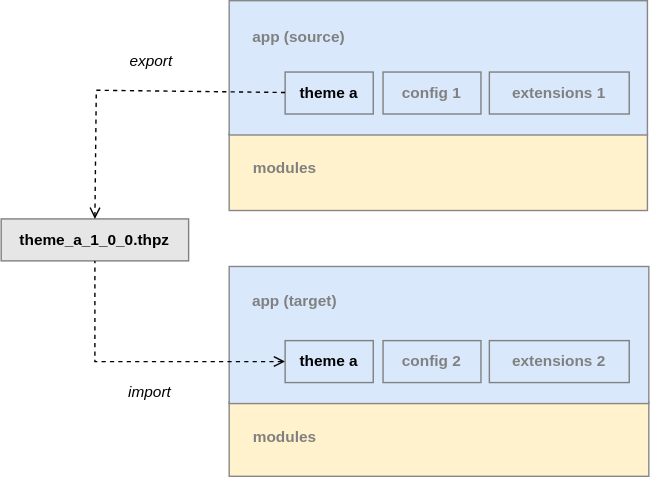
Above: docs/diagrams/pigal_theme_flows.drawio.svg in MalcomChumchouaPenda/Pigal-Flask (draw.io), before the change. Source tidied: cells renumbered, new cells last; positions are measured from the earlier drawing's top-left corner, leaving out a move shared by most shapes.
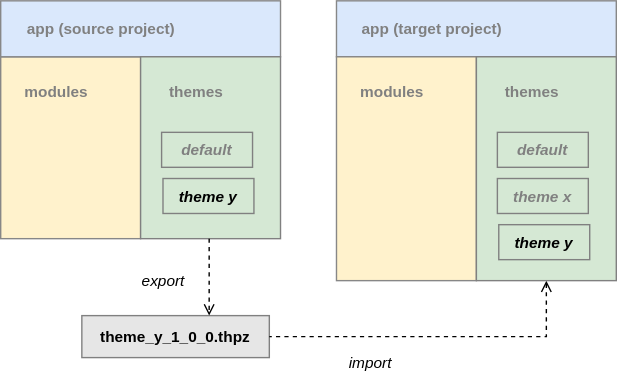
Above is the later version.

Diff of the diagram source:
```diff
@@ -3,69 +3,77 @@
     <mxCell id="0" />
     <mxCell id="1" parent="0" />
     <mxCell id="2" style="rounded=0;whiteSpace=wrap;html=1;fillColor=#FFF2CC;strokeColor=#878787;fontStyle=1;fontSize=11;fontColor=#808080;" parent="1" vertex="1">
-      <mxGeometry x="163" y="95" width="299" height="55" as="geometry" />
+      <mxGeometry x="493" y="130" width="100" height="130" as="geometry" />
     </mxCell>
     <mxCell id="3" value="import" style="text;html=1;strokeColor=none;fillColor=none;align=center;verticalAlign=middle;rounded=0;fontStyle=2;fontSize=11;" parent="1" vertex="1">
-      <mxGeometry x="82" y="265" width="48.8" height="30" as="geometry" />
+      <mxGeometry x="733" y="334" width="48.8" height="30" as="geometry" />
     </mxCell>
     <mxCell id="4" style="rounded=0;whiteSpace=wrap;html=1;fillColor=#dae8fc;fontStyle=1;fontSize=11;strokeColor=#878787;" parent="1" vertex="1">
-      <mxGeometry x="163" width="299" height="96" as="geometry" />
+      <mxGeometry x="493" y="90" width="200" height="40" as="geometry" />
     </mxCell>
-    <mxCell id="5" value="theme a" style="text;html=1;align=center;verticalAlign=middle;whiteSpace=wrap;rounded=0;fontSize=11;fontStyle=1;fillColor=none;strokeColor=#808080;" parent="1" vertex="1">
-      <mxGeometry x="203" y="51" width="63" height="30" as="geometry" />
-    </mxCell>
-    <mxCell id="6" value="theme_a_1_0_0.thpz" style="text;html=1;align=center;verticalAlign=middle;whiteSpace=wrap;rounded=0;fontSize=11;fontStyle=1;fillColor=#E6E6E6;strokeColor=#808080;" parent="1" vertex="1">
-      <mxGeometry y="156" width="134" height="30" as="geometry" />
+    <mxCell id="6" value="theme_y_1_0_0.thpz" style="text;html=1;align=center;verticalAlign=middle;whiteSpace=wrap;rounded=0;fontSize=11;fontStyle=1;fillColor=#E6E6E6;strokeColor=#808080;" parent="1" vertex="1">
+      <mxGeometry x="551" y="315" width="134" height="30" as="geometry" />
     </mxCell>
     <mxCell id="7" value="export" style="text;html=1;strokeColor=none;fillColor=none;align=center;verticalAlign=middle;rounded=0;fontStyle=2;fontSize=11;" parent="1" vertex="1">
-      <mxGeometry x="83" y="28" width="47.8" height="30" as="geometry" />
+      <mxGeometry x="585.2" y="275" width="47.8" height="30" as="geometry" />
     </mxCell>
+    <mxCell id="12" style="html=1;entryX=1;entryY=0.5;entryDx=0;entryDy=0;rounded=0;dashed=1;endArrow=none;endFill=0;startArrow=open;startFill=0;exitX=0.5;exitY=1;exitDx=0;exitDy=0;" parent="1" edge="1" source="26" target="6">
+      <mxGeometry relative="1" as="geometry">
+        <Array as="points">
+          <mxPoint x="883" y="330" />
+        </Array>
+      </mxGeometry>
+    </mxCell>
+    <mxCell id="17" value="modules" style="text;html=1;align=center;verticalAlign=middle;whiteSpace=wrap;rounded=0;fontSize=11;fontStyle=1;fillColor=none;strokeColor=none;fontColor=#808080;" parent="1" vertex="1">
+      <mxGeometry x="503" y="139.5" width="60" height="30" as="geometry" />
+    </mxCell>
+    <mxCell id="19" value="app (source project)" style="text;html=1;align=center;verticalAlign=middle;whiteSpace=wrap;rounded=0;fontSize=11;fontStyle=1;fillColor=none;strokeColor=none;fontColor=#808080;" parent="1" vertex="1">
+      <mxGeometry x="508" y="95" width="114" height="30" as="geometry" />
+    </mxCell>
+    <mxCell id="21" style="rounded=0;whiteSpace=wrap;html=1;fillColor=#dae8fc;fontStyle=1;fontSize=11;strokeColor=#878787;" parent="1" vertex="1">
+      <mxGeometry x="733" y="90" width="200" height="40" as="geometry" />
+    </mxCell>
+    <mxCell id="22" value="app (target project)" style="text;html=1;align=center;verticalAlign=middle;whiteSpace=wrap;rounded=0;fontSize=11;fontStyle=1;fillColor=none;strokeColor=none;fontColor=#808080;" parent="1" vertex="1">
+      <mxGeometry x="742" y="95" width="119" height="30" as="geometry" />
+    </mxCell>
+    <mxCell id="23" style="rounded=0;whiteSpace=wrap;html=1;fillColor=#d5e8d4;strokeColor=#808080;fontStyle=1;fontSize=11;" parent="1" vertex="1">
+      <mxGeometry x="593" y="130" width="100" height="130" as="geometry" />
+    </mxCell>
+    <mxCell id="24" value="themes" style="text;html=1;align=center;verticalAlign=middle;whiteSpace=wrap;rounded=0;fontSize=11;fontStyle=1;fillColor=none;strokeColor=none;fontColor=#808080;" parent="1" vertex="1">
+      <mxGeometry x="603" y="139.5" width="60" height="30" as="geometry" />
+    </mxCell>
-    <mxCell id="8" value="config 1" style="text;html=1;align=center;verticalAlign=middle;whiteSpace=wrap;rounded=0;fontSize=11;fontStyle=1;fillColor=none;strokeColor=#808080;fontColor=#808080;" parent="1" vertex="1">
-      <mxGeometry x="273" y="51" width="70" height="30" as="geometry" />
+    <mxCell id="8" value="default" style="text;html=1;align=center;verticalAlign=middle;whiteSpace=wrap;rounded=0;fontSize=11;fontStyle=3;fillColor=none;strokeColor=#808080;fontColor=#808080;" parent="1" vertex="1">
+      <mxGeometry x="608" y="184" width="65" height="25" as="geometry" />
     </mxCell>
-    <mxCell id="9" value="extensions 1" style="text;html=1;align=center;verticalAlign=middle;whiteSpace=wrap;rounded=0;fontSize=11;fontStyle=1;fillColor=none;strokeColor=#808080;fontColor=#808080;" parent="1" vertex="1">
-      <mxGeometry x="349" y="51" width="100" height="30" as="geometry" />
-    </mxCell>
-    <mxCell id="10" style="rounded=0;whiteSpace=wrap;html=1;fillColor=#FFF2CC;strokeColor=#878787;fontStyle=1;fontSize=11;fontColor=#808080;" parent="1" vertex="1">
-      <mxGeometry x="163" y="287" width="300" height="53" as="geometry" />
-    </mxCell>
-    <mxCell id="11" style="rounded=0;whiteSpace=wrap;html=1;fillColor=#dae8fc;fontStyle=1;fontSize=11;strokeColor=#878787;" parent="1" vertex="1">
-      <mxGeometry x="163" y="190" width="300" height="98" as="geometry" />
-    </mxCell>
-    <mxCell id="12" style="edgeStyle=none;html=1;entryX=0.5;entryY=1;entryDx=0;entryDy=0;rounded=0;curved=0;dashed=1;endArrow=none;endFill=0;startArrow=open;startFill=0;" parent="1" edge="1" source="13" target="6">
-      <mxGeometry relative="1" as="geometry">
-        <Array as="points">
-          <mxPoint x="67" y="258" />
-        </Array>
-      </mxGeometry>
-    </mxCell>
-    <mxCell id="13" value="theme a" style="text;html=1;align=center;verticalAlign=middle;whiteSpace=wrap;rounded=0;fontSize=11;fontStyle=1;fillColor=none;strokeColor=#808080;" parent="1" vertex="1">
-      <mxGeometry x="203" y="243" width="63" height="30" as="geometry" />
-    </mxCell>
-    <mxCell id="14" value="config 2" style="text;html=1;align=center;verticalAlign=middle;whiteSpace=wrap;rounded=0;fontSize=11;fontStyle=1;fillColor=none;strokeColor=#808080;fontColor=#808080;" parent="1" vertex="1">
-      <mxGeometry x="273" y="243" width="70" height="30" as="geometry" />
-    </mxCell>
-    <mxCell id="15" value="extensions 2" style="text;html=1;align=center;verticalAlign=middle;whiteSpace=wrap;rounded=0;fontSize=11;fontStyle=1;fillColor=none;strokeColor=#808080;fontColor=#808080;" parent="1" vertex="1">
-      <mxGeometry x="349" y="243" width="100" height="30" as="geometry" />
-    </mxCell>
+    <mxCell id="5" value="theme y" style="text;html=1;align=center;verticalAlign=middle;whiteSpace=wrap;rounded=0;fontSize=11;fontStyle=3;fillColor=none;strokeColor=#808080;" parent="1" vertex="1">
+      <mxGeometry x="609" y="217" width="65" height="25" as="geometry" />
+    </mxCell>
+    <mxCell id="25" style="rounded=0;whiteSpace=wrap;html=1;fillColor=#FFF2CC;strokeColor=#878787;fontStyle=1;fontSize=11;fontColor=#808080;" parent="1" vertex="1">
+      <mxGeometry x="733" y="130" width="100" height="160" as="geometry" />
+    </mxCell>
+    <mxCell id="18" value="modules" style="text;html=1;align=center;verticalAlign=middle;whiteSpace=wrap;rounded=0;fontSize=11;fontStyle=1;fillColor=none;strokeColor=none;fontColor=#808080;" parent="1" vertex="1">
+      <mxGeometry x="743" y="139.5" width="60" height="30" as="geometry" />
+    </mxCell>
+    <mxCell id="26" style="rounded=0;whiteSpace=wrap;html=1;fillColor=#d5e8d4;strokeColor=#808080;fontStyle=1;fontSize=11;" parent="1" vertex="1">
+      <mxGeometry x="833" y="130" width="100" height="160" as="geometry" />
+    </mxCell>
+    <mxCell id="27" value="themes" style="text;html=1;align=center;verticalAlign=middle;whiteSpace=wrap;rounded=0;fontSize=11;fontStyle=1;fillColor=none;strokeColor=none;fontColor=#808080;" parent="1" vertex="1">
+      <mxGeometry x="843" y="139.5" width="60" height="30" as="geometry" />
+    </mxCell>
+    <mxCell id="28" value="default" style="text;html=1;align=center;verticalAlign=middle;whiteSpace=wrap;rounded=0;fontSize=11;fontStyle=3;fillColor=none;strokeColor=#808080;fontColor=#808080;" parent="1" vertex="1">
+      <mxGeometry x="848" y="184" width="65" height="25" as="geometry" />
+    </mxCell>
+    <mxCell id="29" value="theme y" style="text;html=1;align=center;verticalAlign=middle;whiteSpace=wrap;rounded=0;fontSize=11;fontStyle=3;fillColor=none;strokeColor=#808080;" parent="1" vertex="1">
+      <mxGeometry x="849" y="250" width="65" height="25" as="geometry" />
+    </mxCell>
+    <mxCell id="30" value="theme x" style="text;html=1;align=center;verticalAlign=middle;whiteSpace=wrap;rounded=0;fontSize=11;fontStyle=3;fillColor=none;strokeColor=#808080;fontColor=#808080;" parent="1" vertex="1">
+      <mxGeometry x="848" y="217" width="65" height="25" as="geometry" />
+    </mxCell>
-    <mxCell id="16" style="edgeStyle=none;html=1;entryX=0.5;entryY=0;entryDx=0;entryDy=0;rounded=0;curved=0;dashed=1;endArrow=open;endFill=0;" parent="1" edge="1" source="5" target="6">
+    <mxCell id="16" style="html=1;entryX=0.5;entryY=0;entryDx=0;entryDy=0;rounded=0;dashed=1;endArrow=open;endFill=0;exitX=0.25;exitY=1;exitDx=0;exitDy=0;" parent="1" edge="1">
       <mxGeometry relative="1" as="geometry">
-        <Array as="points">
-          <mxPoint x="68" y="64" />
-        </Array>
+        <mxPoint x="642" y="260" as="sourcePoint" />
+        <mxPoint x="642" y="315" as="targetPoint" />
       </mxGeometry>
     </mxCell>
-    <mxCell id="17" value="modules" style="text;html=1;align=center;verticalAlign=middle;whiteSpace=wrap;rounded=0;fontSize=11;fontStyle=1;fillColor=none;strokeColor=none;fontColor=#808080;" parent="1" vertex="1">
-      <mxGeometry x="173" y="104.5" width="60" height="30" as="geometry" />
-    </mxCell>
-    <mxCell id="18" value="modules" style="text;html=1;align=center;verticalAlign=middle;whiteSpace=wrap;rounded=0;fontSize=11;fontStyle=1;fillColor=none;strokeColor=none;fontColor=#808080;" parent="1" vertex="1">
-      <mxGeometry x="173" y="296.5" width="60" height="30" as="geometry" />
-    </mxCell>
-    <mxCell id="19" value="app (source)" style="text;html=1;align=center;verticalAlign=middle;whiteSpace=wrap;rounded=0;fontSize=11;fontStyle=1;fillColor=none;strokeColor=none;fontColor=#808080;" parent="1" vertex="1">
-      <mxGeometry x="173" y="11" width="80" height="30" as="geometry" />
-    </mxCell>
-    <mxCell id="20" value="app (target)" style="text;html=1;align=center;verticalAlign=middle;whiteSpace=wrap;rounded=0;fontSize=11;fontStyle=1;fillColor=none;strokeColor=none;fontColor=#808080;" parent="1" vertex="1">
-      <mxGeometry x="175" y="200" width="70" height="30" as="geometry" />
-    </mxCell>
   </root>
 </mxGraphModel>
```
